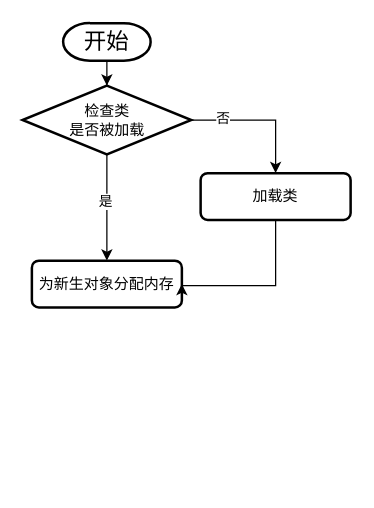
Before: Java对象创建.drawio in ych1016/JVM, a draw.io diagram. Source tidied: cells renumbered, new cells numbered last; positions are measured from the earlier drawing's top-left corner, leaving out a move shared by most shapes. Both pictures are drawn from the tidied source at 125%, with x=0, y=0 at pixel (22, 22).
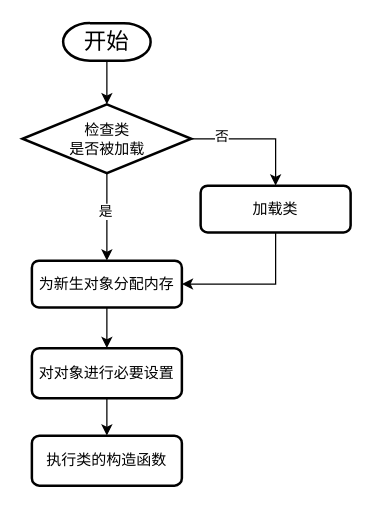
After the change.

Commit message (it also covers changes not shown here):
更新Java对象创建.drawio

What changed in the source:
```diff
@@
 <mxGraphModel>
   <root>
     <mxCell id="0" />
     <mxCell id="1" parent="0" />
     <mxCell id="2" style="edgeStyle=orthogonalEdgeStyle;rounded=0;jettySize=auto;html=1;" parent="1" edge="1" source="3" target="8">
       <mxGeometry relative="1" as="geometry" />
     </mxCell>
     <mxCell id="3" value="&lt;font style=&quot;font-size: 18px;&quot;&gt;开始&lt;/font&gt;" style="strokeWidth=2;html=1;shape=mxgraph.flowchart.terminator;whiteSpace=wrap;" parent="1" vertex="1">
       <mxGeometry x="32" width="70" height="30" as="geometry" />
     </mxCell>
     <mxCell id="4" style="edgeStyle=orthogonalEdgeStyle;rounded=0;jettySize=auto;html=1;" parent="1" edge="1" source="8" target="9">
       <mxGeometry relative="1" as="geometry" />
     </mxCell>
     <mxCell id="5" value="是" style="edgeLabel;html=1;align=center;verticalAlign=middle;" parent="4" vertex="1">
       <mxGeometry x="-0.14" y="-2" relative="1" as="geometry" />
     </mxCell>
     <mxCell id="6" style="edgeStyle=orthogonalEdgeStyle;rounded=0;jettySize=auto;html=1;entryX=0.5;entryY=0;entryDx=0;entryDy=0;" parent="1" edge="1" source="8" target="11">
       <mxGeometry relative="1" as="geometry" />
     </mxCell>
     <mxCell id="7" value="否" style="edgeLabel;html=1;align=center;verticalAlign=middle;" parent="6" vertex="1">
       <mxGeometry x="-0.54" y="2" relative="1" as="geometry" />
     </mxCell>
     <mxCell id="8" value="检查类&lt;div&gt;是否被加载&lt;/div&gt;" style="rhombus;whiteSpace=wrap;html=1;strokeWidth=2;" parent="1" vertex="1">
-      <mxGeometry x="-0.5" y="50" width="135" height="55" as="geometry" />
+      <mxGeometry x="-0.5" y="65" width="135" height="55" as="geometry" />
     </mxCell>
+    <mxCell id="12" style="edgeStyle=orthogonalEdgeStyle;rounded=0;jettySize=auto;html=1;" parent="1" edge="1" source="9" target="14">
+      <mxGeometry relative="1" as="geometry" />
+    </mxCell>
     <mxCell id="9" value="为新生对象分配内存" style="rounded=1;whiteSpace=wrap;html=1;strokeWidth=2;" parent="1" vertex="1">
       <mxGeometry x="7" y="190" width="120" height="37.5" as="geometry" />
     </mxCell>
     <mxCell id="10" style="edgeStyle=orthogonalEdgeStyle;rounded=0;jettySize=auto;html=1;entryX=1;entryY=0.5;entryDx=0;entryDy=0;exitX=0.5;exitY=1;exitDx=0;exitDy=0;" parent="1" edge="1" source="11" target="9">
-      <mxGeometry relative="1" as="geometry">
-        <Array as="points">
-          <mxPoint x="202" y="210" />
-          <mxPoint x="127" y="210" />
-        </Array>
-      </mxGeometry>
+      <mxGeometry relative="1" as="geometry" />
     </mxCell>
     <mxCell id="11" value="加载类" style="rounded=1;whiteSpace=wrap;html=1;strokeWidth=2;" parent="1" vertex="1">
-      <mxGeometry x="142" y="120" width="120" height="37.5" as="geometry" />
+      <mxGeometry x="142" y="130" width="120" height="37.5" as="geometry" />
     </mxCell>
+    <mxCell id="13" style="edgeStyle=orthogonalEdgeStyle;rounded=0;jettySize=auto;html=1;" parent="1" edge="1" source="14" target="15">
+      <mxGeometry relative="1" as="geometry" />
+    </mxCell>
+    <mxCell id="14" value="对对象进行必要设置" style="rounded=1;whiteSpace=wrap;html=1;strokeWidth=2;" parent="1" vertex="1">
+      <mxGeometry x="7" y="260" width="120" height="40" as="geometry" />
+    </mxCell>
+    <mxCell id="15" value="执行类的构造函数" style="rounded=1;whiteSpace=wrap;html=1;strokeWidth=2;" parent="1" vertex="1">
+      <mxGeometry x="7" y="330" width="120" height="40" as="geometry" />
+    </mxCell>
   </root>
 </mxGraphModel>
```
